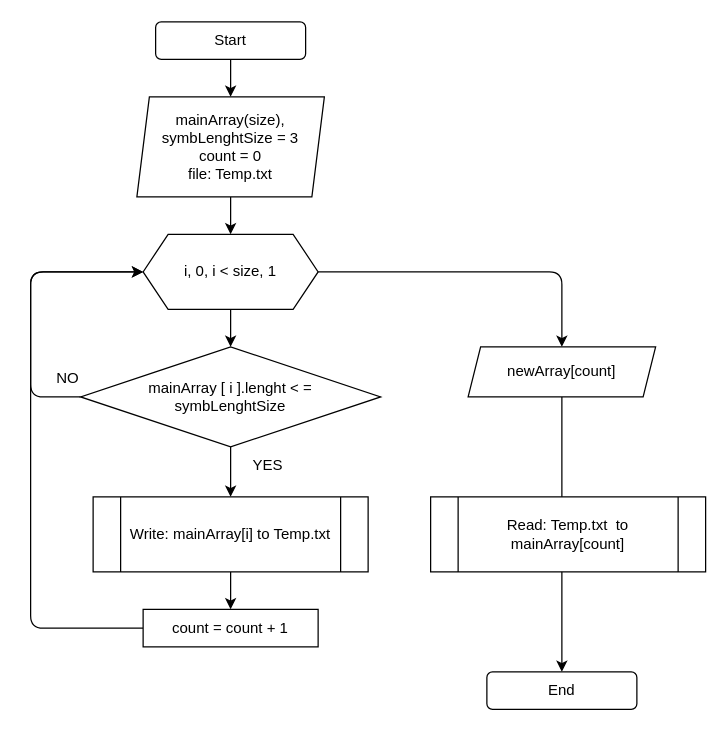
Earlier version of the draw.io diagram blockdiagram.drawio (AlekseyFursenko/TEST_1quarter). Source tidied: cells renumbered, new cells numbered last; positions are measured from the earlier drawing's top-left corner, leaving out a move shared by most shapes. Both pictures are drawn from the tidied source at 125%, with x=0, y=0 at pixel (30, 21).
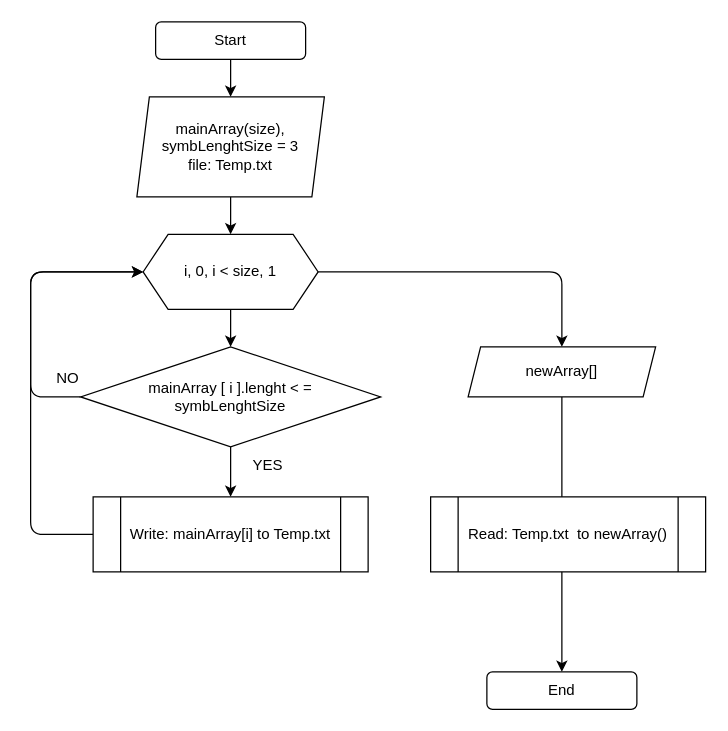
The same page after the edit.

Unchanged cells that the change refers to:
```xml
<mxCell id="8" value="i, 0, i &amp;lt; size, 1" style="shape=hexagon;perimeter=hexagonPerimeter2;whiteSpace=wrap;html=1;fixedSize=1;rounded=1;arcSize=0;" parent="1" vertex="1">
  <mxGeometry x="90" y="170" width="140" height="60" as="geometry" />
</mxCell>
<mxCell id="20" value="Write: mainArray[i] to Temp.txt" style="shape=process;whiteSpace=wrap;html=1;backgroundOutline=1;" parent="1" vertex="1">
  <mxGeometry x="50" y="380" width="220" height="60" as="geometry" />
</mxCell>
```

What changed in the source:
```diff
@@
-    <mxCell id="5" value="mainArray(size),&lt;br&gt;symbLenghtSize = 3&lt;br&gt;count = 0&lt;br&gt;file: Temp.txt" style="shape=parallelogram;perimeter=parallelogramPerimeter;whiteSpace=wrap;html=1;fixedSize=1;rounded=1;size=10;arcSize=0;" parent="1" vertex="1">
+    <mxCell id="5" value="mainArray(size),&lt;br&gt;symbLenghtSize = 3&lt;br&gt;file: Temp.txt" style="shape=parallelogram;perimeter=parallelogramPerimeter;whiteSpace=wrap;html=1;fixedSize=1;rounded=1;size=10;arcSize=0;" parent="1" vertex="1">
       <mxGeometry x="85" y="60" width="150" height="80" as="geometry" />
     </mxCell>
@@
-    <mxCell id="12" style="edgeStyle=none;html=1;exitX=0;exitY=0.5;exitDx=0;exitDy=0;entryX=0;entryY=0.5;entryDx=0;entryDy=0;" parent="1" edge="1" source="13" target="8">
+    <mxCell id="12" style="edgeStyle=none;html=1;exitX=0;exitY=0.5;exitDx=0;exitDy=0;entryX=0;entryY=0.5;entryDx=0;entryDy=0;" parent="1" edge="1" source="20" target="8">
       <mxGeometry relative="1" as="geometry">
         <Array as="points">
-          <mxPoint y="485" />
+          <mxPoint y="410" />
           <mxPoint y="200" />
         </Array>
       </mxGeometry>
     </mxCell>
-    <mxCell id="13" value="count = count + 1" style="whiteSpace=wrap;html=1;rounded=1;arcSize=0;" parent="1" vertex="1">
-      <mxGeometry x="90" y="470" width="140" height="30" as="geometry" />
-    </mxCell>
@@
-    <mxCell id="17" value="newArray[count]" style="shape=parallelogram;perimeter=parallelogramPerimeter;whiteSpace=wrap;html=1;fixedSize=1;rounded=1;size=10;arcSize=0;" parent="1" vertex="1">
+    <mxCell id="17" value="newArray[]" style="shape=parallelogram;perimeter=parallelogramPerimeter;whiteSpace=wrap;html=1;fixedSize=1;rounded=1;size=10;arcSize=0;" parent="1" vertex="1">
       <mxGeometry x="350" y="260" width="150" height="40" as="geometry" />
     </mxCell>
@@
-    <mxCell id="19" style="edgeStyle=none;html=1;" parent="1" edge="1" source="20" target="13">
-      <mxGeometry relative="1" as="geometry" />
-    </mxCell>
@@
-    <mxCell id="21" value="Read: Temp.txt&amp;nbsp; to mainArray[count]" style="shape=process;whiteSpace=wrap;html=1;backgroundOutline=1;" parent="1" vertex="1">
+    <mxCell id="21" value="Read: Temp.txt&amp;nbsp; to newArray()" style="shape=process;whiteSpace=wrap;html=1;backgroundOutline=1;" parent="1" vertex="1">
       <mxGeometry x="320" y="380" width="220" height="60" as="geometry" />
     </mxCell>
```
